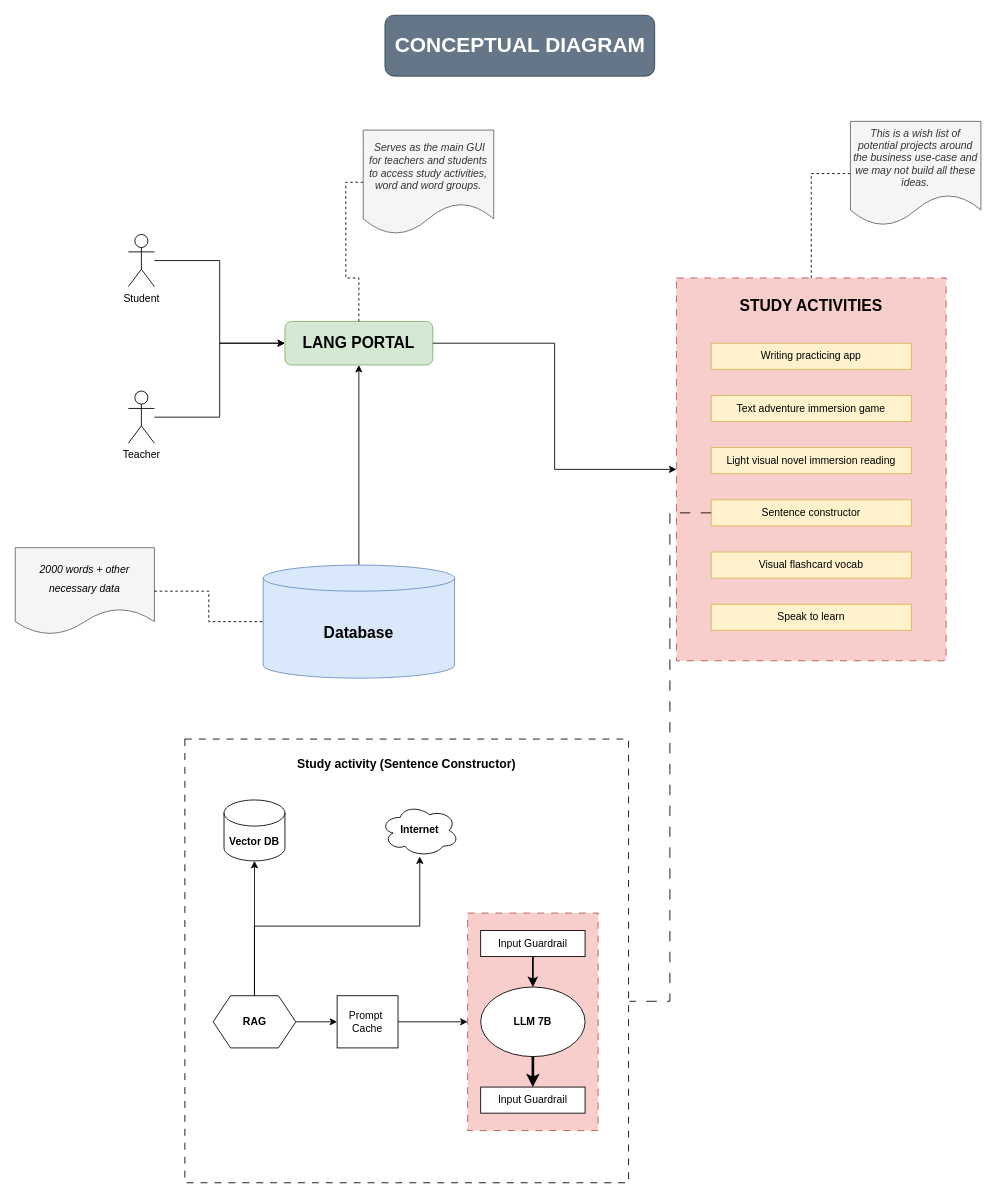
viakos/free-genai-bootcamp-2025 keeps this draw.io diagram as genai-architecting/GenAI_architecture.drawio. Above is the earlier version. Source tidied: cells renumbered, new cells numbered last; positions are measured from the earlier drawing's top-left corner, leaving out a move shared by most shapes. Both pictures are drawn from the tidied source at 87%, with x=0, y=0 at pixel (15, 15).
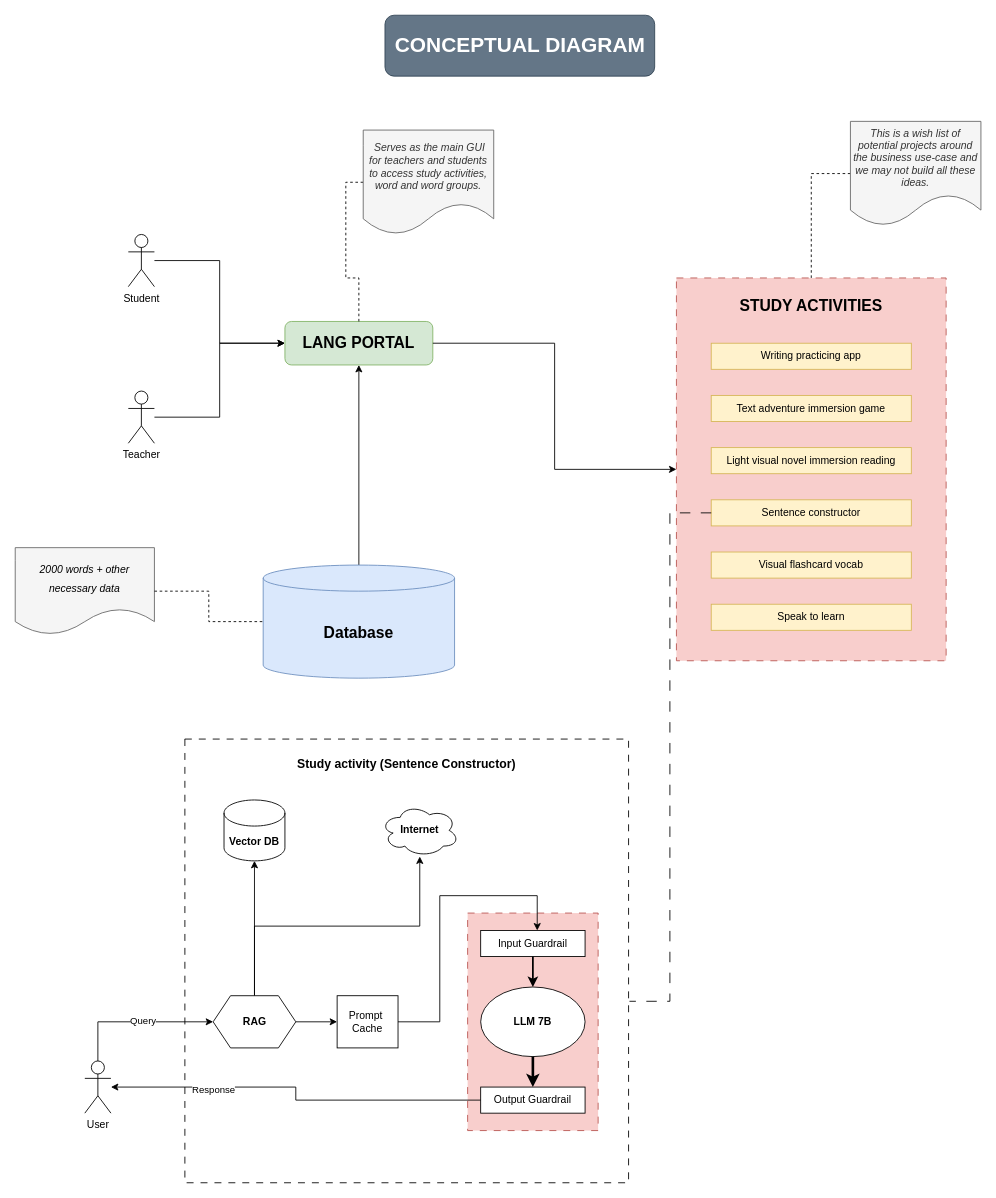
Above is the later version.

Unchanged cells that the change refers to:
```xml
<mxCell id="29" value="&lt;h4&gt;RAG&lt;/h4&gt;" style="shape=hexagon;perimeter=hexagonPerimeter2;whiteSpace=wrap;html=1;fixedSize=1;" parent="1" vertex="1">
  <mxGeometry x="227.5" y="1127" width="95" height="60" as="geometry" />
</mxCell>
<mxCell id="31" value="Prompt&amp;nbsp;&lt;div&gt;Cache&lt;/div&gt;" style="rounded=0;whiteSpace=wrap;html=1;" parent="1" vertex="1">
  <mxGeometry x="370" y="1127" width="70" height="60" as="geometry" />
</mxCell>
<mxCell id="32" style="group;" parent="1" vertex="1">
  <mxGeometry x="520" y="1032" width="150" height="250" as="geometry" />
</mxCell>
<mxCell id="33" style="rounded=0;whiteSpace=wrap;html=1;fillColor=#f8cecc;strokeColor=#b85450;fillStyle=auto;dashed=1;dashPattern=8 8;" parent="32" vertex="1">
  <mxGeometry width="150" height="250" as="geometry" />
</mxCell>
<mxCell id="34" value="Input Guardrail" style="rounded=0;whiteSpace=wrap;html=1;" parent="32" vertex="1">
  <mxGeometry x="15" y="20" width="120" height="30" as="geometry" />
</mxCell>
```

Change to the diagram source:
```diff
@@
-    <mxCell id="30" style="edgeStyle=orthogonalEdgeStyle;rounded=0;jettySize=auto;html=1;entryX=0;entryY=0.5;entryDx=0;entryDy=0;" parent="1" edge="1" source="31" target="33">
-      <mxGeometry relative="1" as="geometry" />
-    </mxCell>
@@
-    <mxCell id="36" value="Input Guardrail" style="rounded=0;whiteSpace=wrap;html=1;" parent="32" vertex="1">
+    <mxCell id="36" value="Output Guardrail" style="rounded=0;whiteSpace=wrap;html=1;" parent="32" vertex="1">
       <mxGeometry x="15" y="200" width="120" height="30" as="geometry" />
     </mxCell>
@@
+    <mxCell id="42" style="edgeStyle=orthogonalEdgeStyle;rounded=0;jettySize=auto;html=1;exitX=0.5;exitY=0;exitDx=0;exitDy=0;exitPerimeter=0;entryX=0;entryY=0.5;entryDx=0;entryDy=0;" parent="1" edge="1" source="44" target="29">
+      <mxGeometry relative="1" as="geometry" />
+    </mxCell>
+    <mxCell id="43" value="Query" style="edgeLabel;html=1;align=center;verticalAlign=middle;" parent="42" vertex="1">
+      <mxGeometry x="0.08" y="2" relative="1" as="geometry" />
+    </mxCell>
+    <mxCell id="44" value="User" style="shape=umlActor;verticalLabelPosition=bottom;verticalAlign=top;html=1;outlineConnect=0;" parent="1" vertex="1">
+      <mxGeometry x="80" y="1202" width="30" height="60" as="geometry" />
+    </mxCell>
+    <mxCell id="45" style="edgeStyle=orthogonalEdgeStyle;rounded=0;jettySize=auto;html=1;exitX=0;exitY=0.5;exitDx=0;exitDy=0;" parent="1" edge="1" source="36" target="44">
+      <mxGeometry relative="1" as="geometry" />
+    </mxCell>
+    <mxCell id="46" value="Response" style="edgeLabel;html=1;align=center;verticalAlign=middle;" parent="45" vertex="1">
+      <mxGeometry x="0.47" y="2" relative="1" as="geometry" />
+    </mxCell>
+    <mxCell id="30" style="edgeStyle=orthogonalEdgeStyle;rounded=0;jettySize=auto;html=1;" parent="1" edge="1" source="31" target="34">
+      <mxGeometry relative="1" as="geometry">
+        <Array as="points">
+          <mxPoint x="488" y="1157" />
+          <mxPoint x="488" y="1012" />
+          <mxPoint x="600" y="1012" />
+        </Array>
+      </mxGeometry>
+    </mxCell>
```
